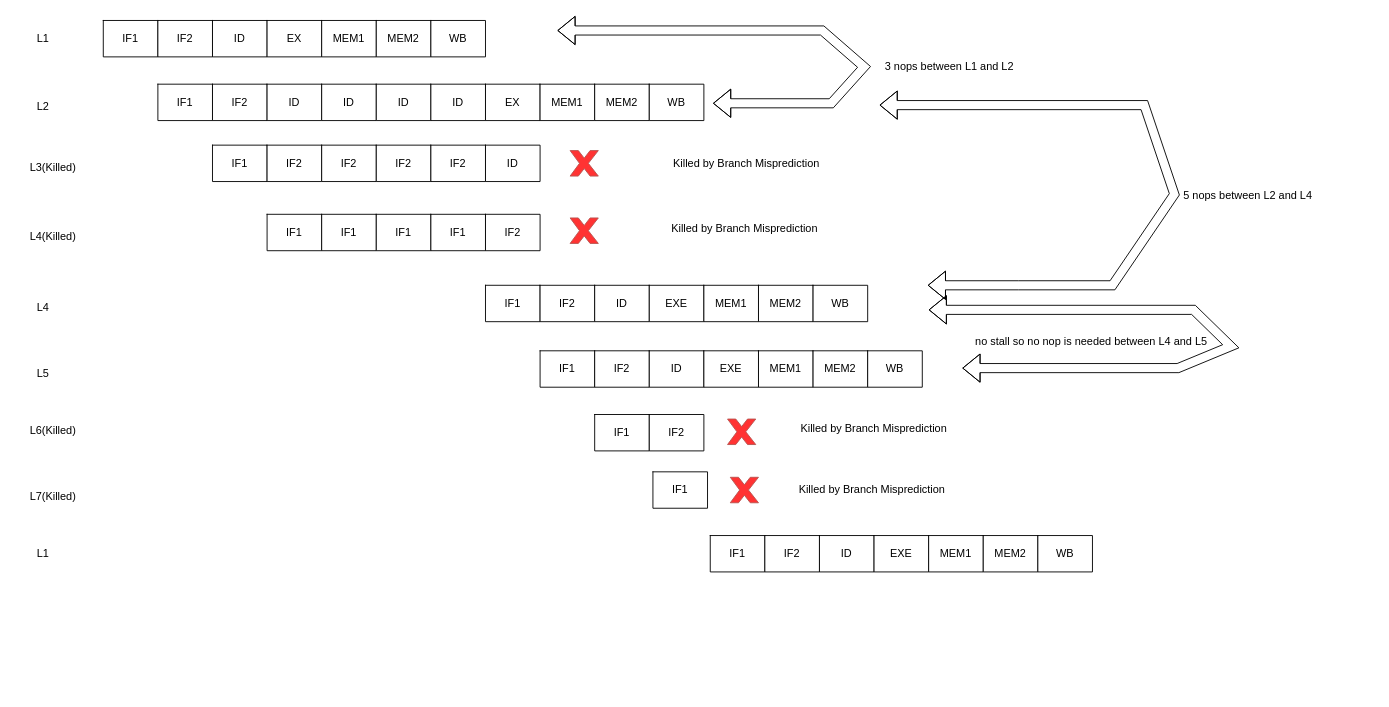
This is junk.drawio from happy-lx/drawio, a draw.io file, before an edit. Source tidied: cells renumbered, new cells numbered last; positions are measured from the earlier drawing's top-left corner, leaving out a move shared by most shapes. Both pictures are drawn from the tidied source at 91%, with x=0, y=0 at pixel (15, 20).
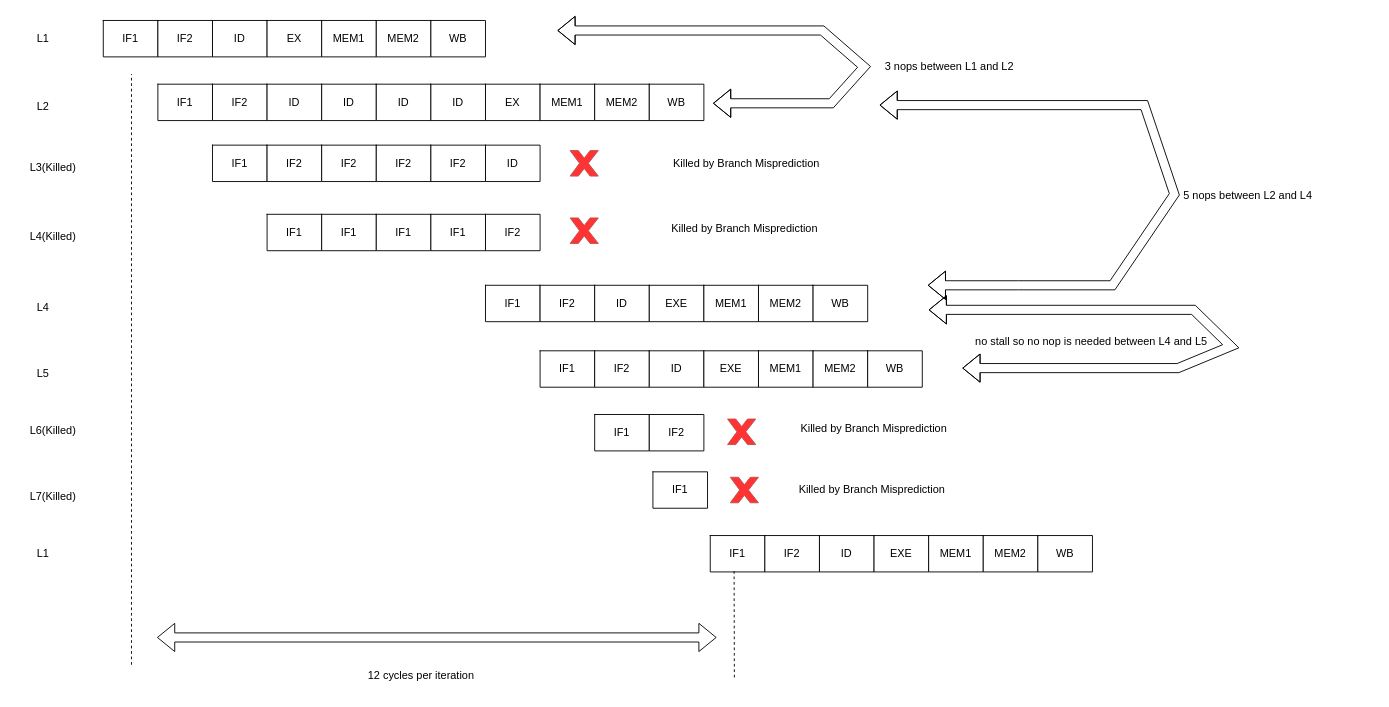
The same diagram, later.

What changed in the source:
```diff
@@
+    <mxCell id="245" style="endArrow=none;dashed=1;html=1;rounded=0;" parent="1" edge="1">
+      <mxGeometry relative="1" as="geometry">
+        <mxPoint x="127" y="708" as="sourcePoint" />
+        <mxPoint x="127" y="59" as="targetPoint" />
+      </mxGeometry>
+    </mxCell>
+    <mxCell id="246" style="endArrow=none;dashed=1;html=1;rounded=0;" parent="1" edge="1">
+      <mxGeometry relative="1" as="geometry">
+        <mxPoint x="789.5" y="722" as="sourcePoint" />
+        <mxPoint x="789.2" y="604" as="targetPoint" />
+      </mxGeometry>
+    </mxCell>
+    <mxCell id="247" style="shape=flexArrow;endArrow=classic;startArrow=classic;html=1;rounded=0;" parent="1" edge="1">
+      <mxGeometry relative="1" as="geometry">
+        <mxPoint x="155" y="678" as="sourcePoint" />
+        <mxPoint x="770" y="678" as="targetPoint" />
+      </mxGeometry>
+    </mxCell>
+    <mxCell id="248" value="12 cycles per iteration" style="text;html=1;strokeColor=none;fillColor=none;align=center;verticalAlign=middle;whiteSpace=wrap;rounded=0;" parent="1" vertex="1">
+      <mxGeometry x="347" y="701" width="197" height="37" as="geometry" />
+    </mxCell>
```
